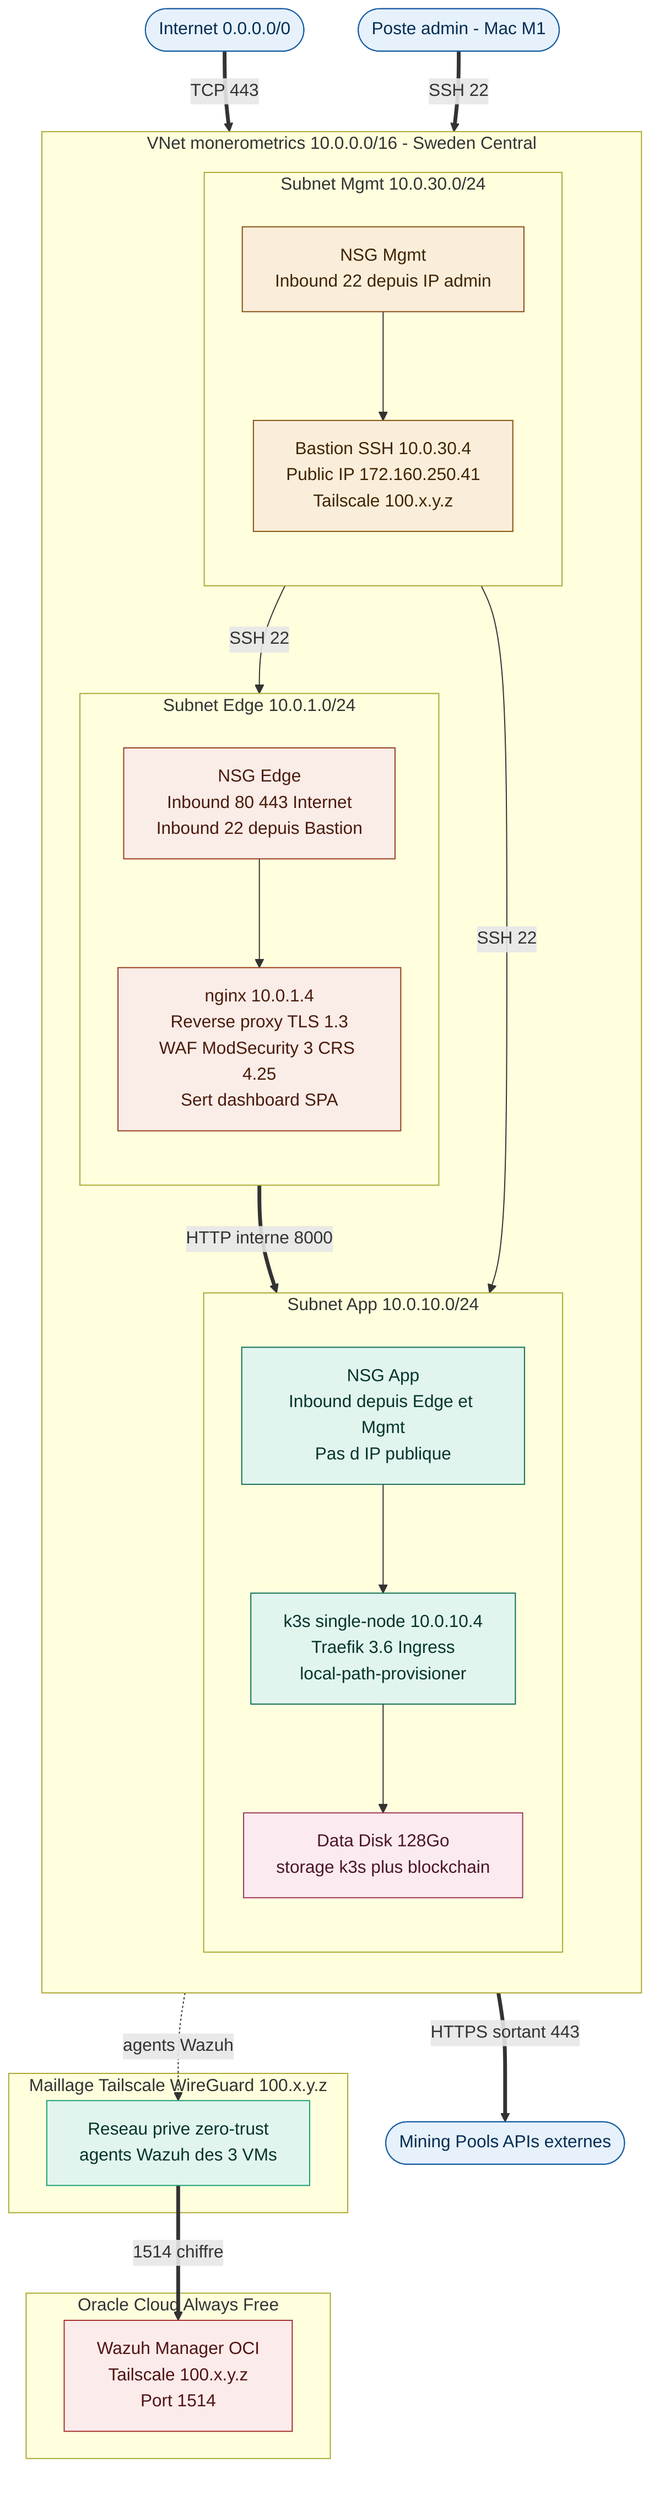
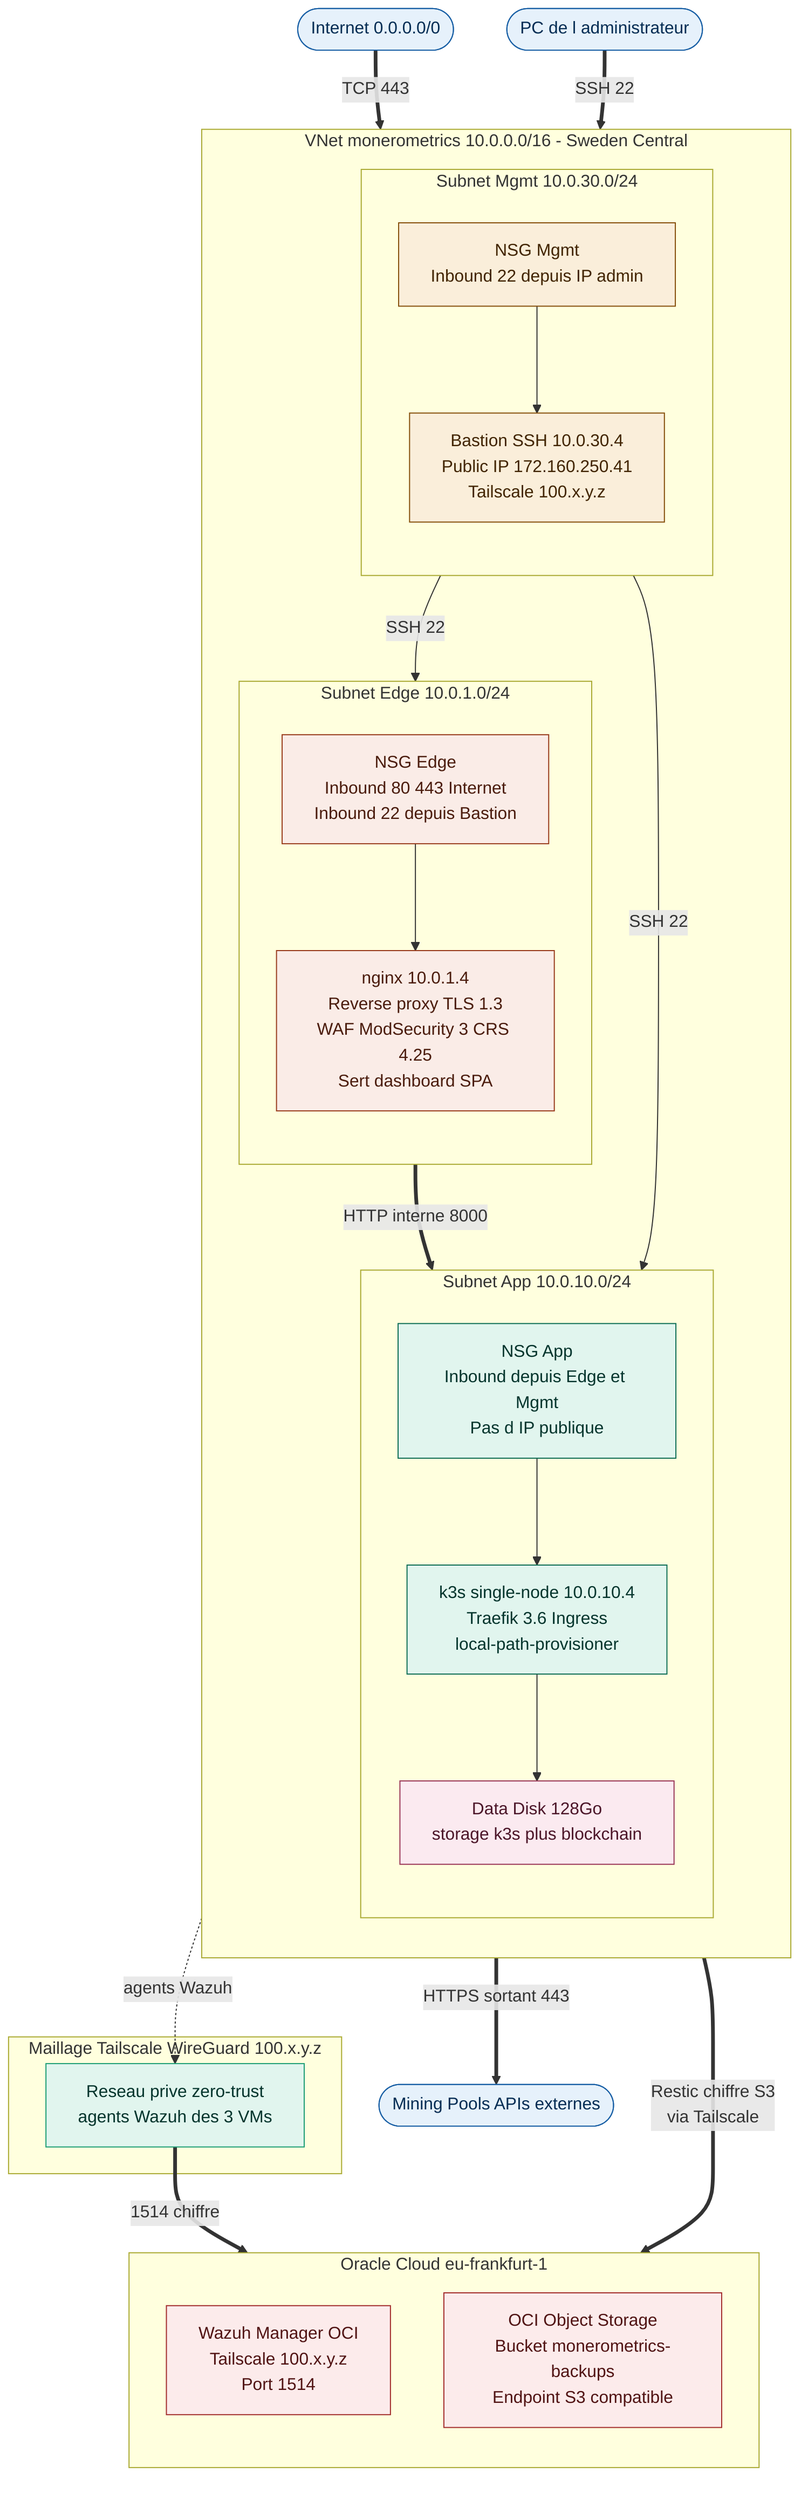
flowchart TB
    Internet([Internet 0.0.0.0/0])
-     AdminPC([Poste admin - Mac M1])
+     AdminPC([PC de l administrateur])
    Pools([Mining Pools APIs externes])

    subgraph VNet["VNet monerometrics 10.0.0.0/16 - Sweden Central"]
        direction TB

        subgraph SubMgmt["Subnet Mgmt 10.0.30.0/24"]
            direction TB
            NSGm["NSG Mgmt<br/>Inbound 22 depuis IP admin"]
            BAS["Bastion SSH 10.0.30.4<br/>Public IP 172.160.250.41<br/>Tailscale 100.x.y.z"]
            NSGm --> BAS
        end

        subgraph SubEdge["Subnet Edge 10.0.1.0/24"]
            direction TB
            NSGe["NSG Edge<br/>Inbound 80 443 Internet<br/>Inbound 22 depuis Bastion"]
            NGX["nginx 10.0.1.4<br/>Reverse proxy TLS 1.3<br/>WAF ModSecurity 3 CRS 4.25<br/>Sert dashboard SPA"]
            NSGe --> NGX
        end

        subgraph SubApp["Subnet App 10.0.10.0/24"]
            direction TB
            NSGa["NSG App<br/>Inbound depuis Edge et Mgmt<br/>Pas d IP publique"]
            K3S["k3s single-node 10.0.10.4<br/>Traefik 3.6 Ingress<br/>local-path-provisioner"]
            DISK["Data Disk 128Go<br/>storage k3s plus blockchain"]
            NSGa --> K3S
            K3S --> DISK
        end
    end

    subgraph TS["Maillage Tailscale WireGuard 100.x.y.z"]
        TSnet["Reseau prive zero-trust<br/>agents Wazuh des 3 VMs"]
    end

-     subgraph OCI["Oracle Cloud Always Free"]
+     subgraph OCI["Oracle Cloud eu-frankfurt-1"]
+         direction TB
        WZH["Wazuh Manager OCI<br/>Tailscale 100.x.y.z<br/>Port 1514"]
+         OBJ["OCI Object Storage<br/>Bucket monerometrics-backups<br/>Endpoint S3 compatible"]
    end

    Internet ==>|TCP 443| NSGe
    AdminPC ==>|SSH 22| NSGm
    BAS -->|SSH 22| NSGe
    BAS -->|SSH 22| NSGa
    NGX ==>|HTTP interne 8000| K3S
    K3S ==>|HTTPS sortant 443| Pools

    VNet -.->|agents Wazuh| TSnet
    TSnet ==>|1514 chiffre| WZH
+     K3S ==>|Restic chiffre S3<br/>via Tailscale| OBJ

    classDef edge fill:#FAECE7,stroke:#993C1D,color:#4A1B0C
    classDef app fill:#E1F5EE,stroke:#0F6E56,color:#04342C
    classDef data fill:#FBEAF0,stroke:#993556,color:#4B1528
    classDef mgmt fill:#FAEEDA,stroke:#854F0B,color:#412402
    classDef ext fill:#E6F1FB,stroke:#185FA5,color:#042C53
    classDef oci fill:#FCEBEB,stroke:#A32D2D,color:#501313
    classDef vpn fill:#E1F5EE,stroke:#1D9E75,color:#04342C

    class NSGe,NGX edge
    class K3S,NSGa app
    class DISK data
    class BAS,NSGm mgmt
    class Internet,AdminPC,Pools ext
-     class WZH oci
+     class WZH,OBJ oci
    class TSnet vpn
